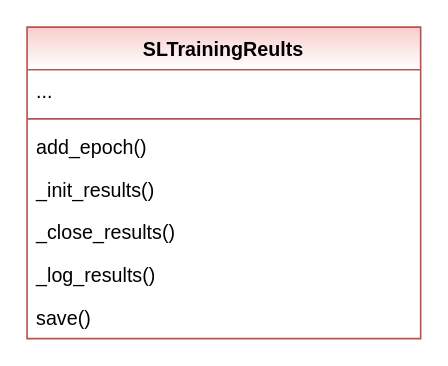
This is page "Results" (4 of 4) of doc/rtd/content/04_appendices/appendix2/sub/core/mlpro_sl/images/Supervised learning.drawio from fhswf/MLPro, a draw.io file, before an edit. Source tidied: cells renumbered, new cells numbered last; positions are measured from the earlier drawing's top-left corner, leaving out a move shared by most shapes. Both pictures are drawn from the tidied source at 164%, with x=0, y=0 at pixel (26, 26).
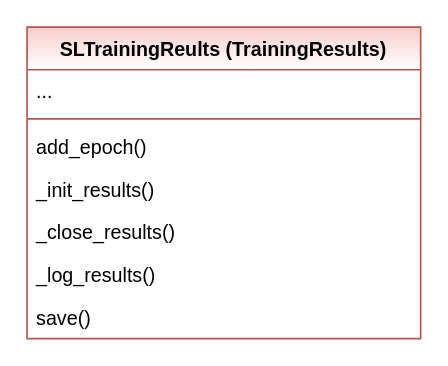
After the change.

The edit, as a diff of the source:
```diff
@@
 <mxGraphModel>
   <root>
     <mxCell id="0" />
     <mxCell id="1" parent="0" />
-    <mxCell id="2" value="SLTrainingReults" style="swimlane;fontStyle=1;align=center;verticalAlign=top;horizontal=1;startSize=26;fillColor=#f8cecc;strokeColor=#b85450;gradientColor=#FFFFFF;" parent="1" vertex="1">
+    <mxCell id="2" value="SLTrainingReults (TrainingResults)" style="swimlane;fontStyle=1;align=center;verticalAlign=top;horizontal=1;startSize=26;fillColor=#f8cecc;strokeColor=#b85450;gradientColor=#FFFFFF;" parent="1" vertex="1">
       <mxGeometry width="240" height="190" as="geometry" />
     </mxCell>
     <mxCell id="3" value="..." style="text;strokeColor=none;fillColor=none;align=left;verticalAlign=top;spacingLeft=4;spacingRight=4;overflow=hidden;" parent="2" vertex="1">
       <mxGeometry y="26" width="240" height="26" as="geometry" />
     </mxCell>
     <mxCell id="4" style="line;strokeWidth=1;fillColor=none;align=left;verticalAlign=middle;spacingTop=-1;spacingLeft=3;spacingRight=3;labelPosition=right;strokeColor=inherit;" parent="2" vertex="1">
       <mxGeometry y="52" width="240" height="8" as="geometry" />
     </mxCell>
     <mxCell id="5" value="add_epoch()" style="text;strokeColor=none;fillColor=none;align=left;verticalAlign=top;spacingLeft=4;spacingRight=4;overflow=hidden;" parent="2" vertex="1">
       <mxGeometry y="60" width="240" height="26" as="geometry" />
     </mxCell>
     <mxCell id="6" value="_init_results()" style="text;strokeColor=none;fillColor=none;align=left;verticalAlign=top;spacingLeft=4;spacingRight=4;overflow=hidden;" parent="2" vertex="1">
       <mxGeometry y="86" width="240" height="26" as="geometry" />
     </mxCell>
     <mxCell id="7" value="_close_results()" style="text;strokeColor=none;fillColor=none;align=left;verticalAlign=top;spacingLeft=4;spacingRight=4;overflow=hidden;" parent="2" vertex="1">
       <mxGeometry y="112" width="240" height="26" as="geometry" />
     </mxCell>
     <mxCell id="8" value="_log_results()" style="text;strokeColor=none;fillColor=none;align=left;verticalAlign=top;spacingLeft=4;spacingRight=4;overflow=hidden;" parent="2" vertex="1">
       <mxGeometry y="138" width="240" height="26" as="geometry" />
     </mxCell>
     <mxCell id="9" value="save()" style="text;strokeColor=none;fillColor=none;align=left;verticalAlign=top;spacingLeft=4;spacingRight=4;overflow=hidden;" parent="2" vertex="1">
       <mxGeometry y="164" width="240" height="26" as="geometry" />
     </mxCell>
   </root>
 </mxGraphModel>
```
